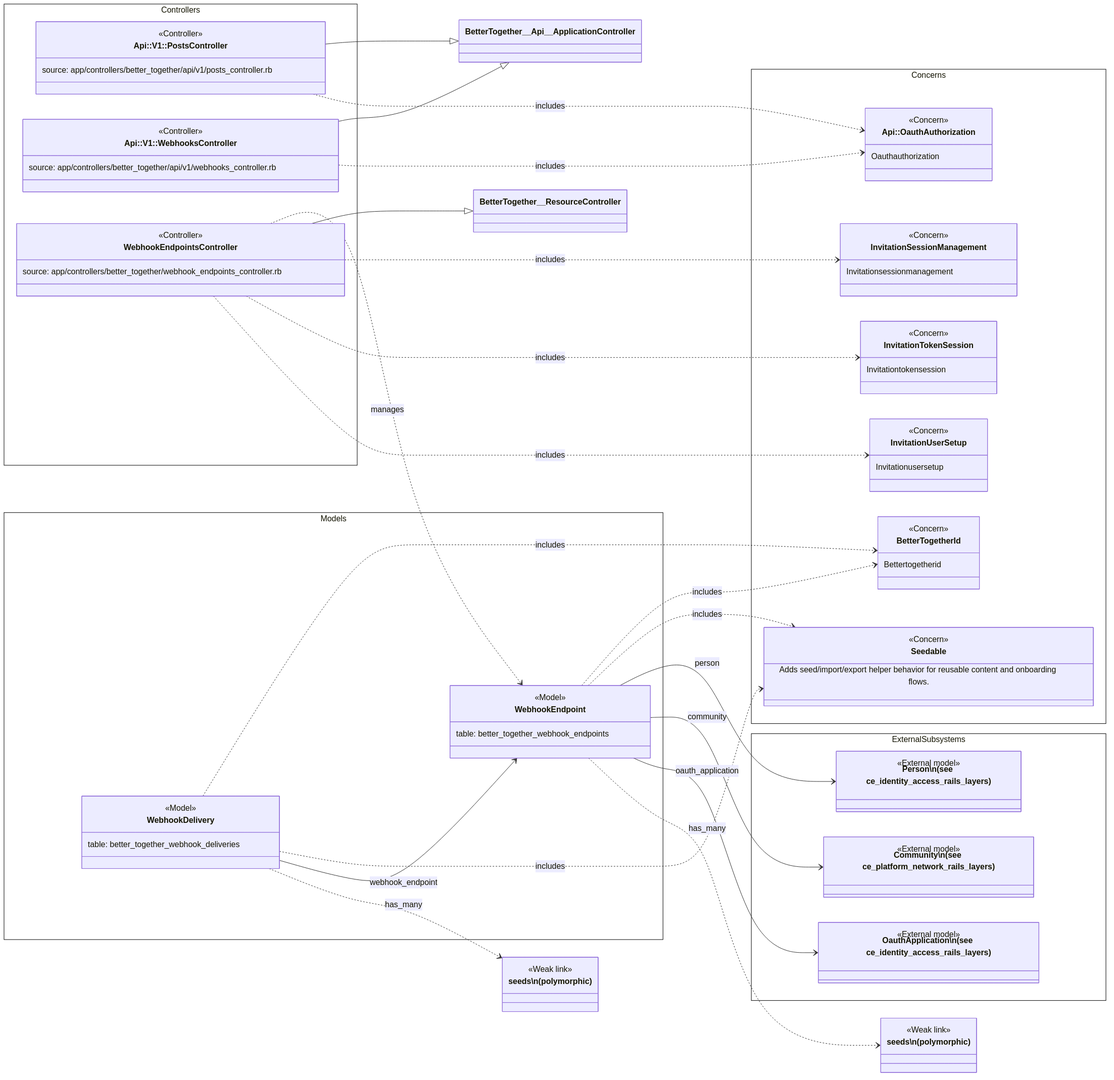
This is docs/diagrams/exports/png/ce_integrations_webhooks_rails_layers.png from better-together-org/community-engine-rails, a Mermaid export, as it was before one commit. Its source is kept beside it as docs/diagrams/source/ce_integrations_webhooks_rails_layers.mmd. Source of this version:
```mermaid
classDiagram
  direction LR

  namespace Controllers {
    class BetterTogether__Api__V1__PostsController["Api::V1::PostsController"] {
      <<Controller>>
      source: app/controllers/better_together/api/v1/posts_controller.rb
    }
    class BetterTogether__Api__V1__WebhooksController["Api::V1::WebhooksController"] {
      <<Controller>>
      source: app/controllers/better_together/api/v1/webhooks_controller.rb
    }
    class BetterTogether__WebhookEndpointsController["WebhookEndpointsController"] {
      <<Controller>>
      source: app/controllers/better_together/webhook_endpoints_controller.rb
    }
  }

  namespace Models {
    class BetterTogether__WebhookDelivery["WebhookDelivery"] {
      <<Model>>
      table: better_together_webhook_deliveries
    }
    class BetterTogether__WebhookEndpoint["WebhookEndpoint"] {
      <<Model>>
      table: better_together_webhook_endpoints
    }
  }

  namespace Concerns {
    class BetterTogether__Api__OauthAuthorization["Api::OauthAuthorization"] {
      <<Concern>>
      Oauthauthorization
    }
    class BetterTogether__BetterTogetherId["BetterTogetherId"] {
      <<Concern>>
      Bettertogetherid
    }
    class BetterTogether__InvitationSessionManagement["InvitationSessionManagement"] {
      <<Concern>>
      Invitationsessionmanagement
    }
    class BetterTogether__InvitationTokenSession["InvitationTokenSession"] {
      <<Concern>>
      Invitationtokensession
    }
    class BetterTogether__InvitationUserSetup["InvitationUserSetup"] {
      <<Concern>>
      Invitationusersetup
    }
    class BetterTogether__Seedable["Seedable"] {
      <<Concern>>
      Adds seed/import/export helper behavior for reusable content and onboarding flows.
    }
  }

  namespace ExternalSubsystems {
    class BetterTogether__Person["Person\n(see ce_identity_access_rails_layers)"] {
      <<External model>>
    }
    class BetterTogether__Community["Community\n(see ce_platform_network_rails_layers)"] {
      <<External model>>
    }
    class BetterTogether__OauthApplication["OauthApplication\n(see ce_identity_access_rails_layers)"] {
      <<External model>>
    }
  }

  BetterTogether__Api__V1__PostsController --|> BetterTogether__Api__ApplicationController
  BetterTogether__Api__V1__PostsController ..> BetterTogether__Api__OauthAuthorization : includes
  BetterTogether__Api__V1__WebhooksController --|> BetterTogether__Api__ApplicationController
  BetterTogether__Api__V1__WebhooksController ..> BetterTogether__Api__OauthAuthorization : includes
  BetterTogether__WebhookEndpointsController ..> BetterTogether__WebhookEndpoint : manages
  BetterTogether__WebhookEndpointsController --|> BetterTogether__ResourceController
  BetterTogether__WebhookEndpointsController ..> BetterTogether__InvitationSessionManagement : includes
  BetterTogether__WebhookEndpointsController ..> BetterTogether__InvitationTokenSession : includes
  BetterTogether__WebhookEndpointsController ..> BetterTogether__InvitationUserSetup : includes
  BetterTogether__WebhookDelivery ..> BetterTogether__BetterTogetherId : includes
  BetterTogether__WebhookDelivery ..> BetterTogether__Seedable : includes
  BetterTogether__WebhookDelivery --> BetterTogether__WebhookEndpoint : webhook_endpoint
  class Poly_BetterTogether__WebhookDelivery_seeds["seeds\n(polymorphic)"] {
    <<Weak link>>
  }
  BetterTogether__WebhookDelivery ..> Poly_BetterTogether__WebhookDelivery_seeds : has_many
  BetterTogether__WebhookEndpoint ..> BetterTogether__BetterTogetherId : includes
  BetterTogether__WebhookEndpoint ..> BetterTogether__Seedable : includes
  BetterTogether__WebhookEndpoint --> BetterTogether__Person : person
  BetterTogether__WebhookEndpoint --> BetterTogether__Community : community
  BetterTogether__WebhookEndpoint --> BetterTogether__OauthApplication : oauth_application
  class Poly_BetterTogether__WebhookEndpoint_seeds["seeds\n(polymorphic)"] {
    <<Weak link>>
  }
  BetterTogether__WebhookEndpoint ..> Poly_BetterTogether__WebhookEndpoint_seeds : has_many
```
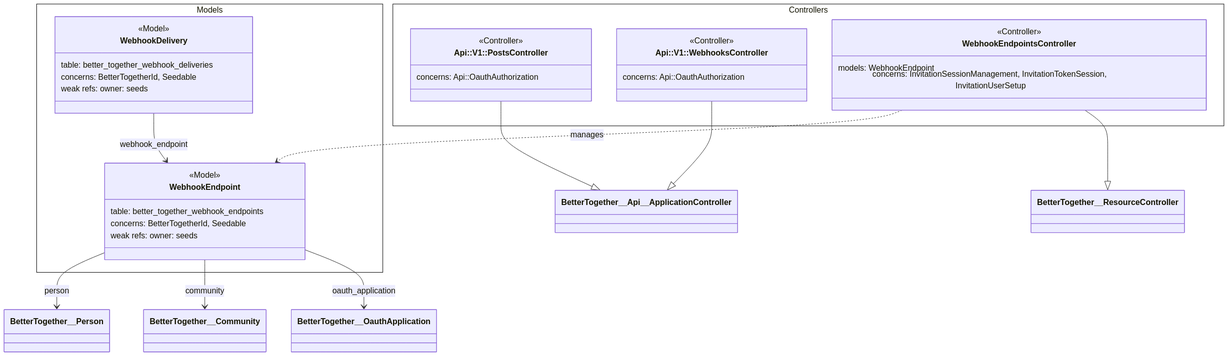
After the change.

What changed in the source:
```diff
@@ -1,18 +1,19 @@
 classDiagram
-  direction LR
+  direction TB
 
   namespace Controllers {
     class BetterTogether__Api__V1__PostsController["Api::V1::PostsController"] {
       <<Controller>>
-      source: app/controllers/better_together/api/v1/posts_controller.rb
+      concerns: Api::OauthAuthorization
     }
     class BetterTogether__Api__V1__WebhooksController["Api::V1::WebhooksController"] {
       <<Controller>>
-      source: app/controllers/better_together/api/v1/webhooks_controller.rb
+      concerns: Api::OauthAuthorization
     }
     class BetterTogether__WebhookEndpointsController["WebhookEndpointsController"] {
       <<Controller>>
-      source: app/controllers/better_together/webhook_endpoints_controller.rb
+      models: WebhookEndpoint
+      concerns: InvitationSessionManagement, InvitationTokenSession, InvitationUserSetup
     }
   }
 
@@ -20,74 +21,22 @@
     class BetterTogether__WebhookDelivery["WebhookDelivery"] {
       <<Model>>
       table: better_together_webhook_deliveries
+      concerns: BetterTogetherId, Seedable
+      weak refs: owner: seeds
     }
     class BetterTogether__WebhookEndpoint["WebhookEndpoint"] {
       <<Model>>
       table: better_together_webhook_endpoints
-    }
-  }
-
-  namespace Concerns {
-    class BetterTogether__Api__OauthAuthorization["Api::OauthAuthorization"] {
-      <<Concern>>
-      Oauthauthorization
-    }
-    class BetterTogether__BetterTogetherId["BetterTogetherId"] {
-      <<Concern>>
-      Bettertogetherid
-    }
-    class BetterTogether__InvitationSessionManagement["InvitationSessionManagement"] {
-      <<Concern>>
-      Invitationsessionmanagement
-    }
-    class BetterTogether__InvitationTokenSession["InvitationTokenSession"] {
-      <<Concern>>
-      Invitationtokensession
-    }
-    class BetterTogether__InvitationUserSetup["InvitationUserSetup"] {
-      <<Concern>>
-      Invitationusersetup
-    }
-    class BetterTogether__Seedable["Seedable"] {
-      <<Concern>>
-      Adds seed/import/export helper behavior for reusable content and onboarding flows.
-    }
-  }
-
-  namespace ExternalSubsystems {
-    class BetterTogether__Person["Person\n(see ce_identity_access_rails_layers)"] {
-      <<External model>>
-    }
-    class BetterTogether__Community["Community\n(see ce_platform_network_rails_layers)"] {
-      <<External model>>
-    }
-    class BetterTogether__OauthApplication["OauthApplication\n(see ce_identity_access_rails_layers)"] {
-      <<External model>>
+      concerns: BetterTogetherId, Seedable
+      weak refs: owner: seeds
     }
   }
 
   BetterTogether__Api__V1__PostsController --|> BetterTogether__Api__ApplicationController
-  BetterTogether__Api__V1__PostsController ..> BetterTogether__Api__OauthAuthorization : includes
   BetterTogether__Api__V1__WebhooksController --|> BetterTogether__Api__ApplicationController
-  BetterTogether__Api__V1__WebhooksController ..> BetterTogether__Api__OauthAuthorization : includes
   BetterTogether__WebhookEndpointsController ..> BetterTogether__WebhookEndpoint : manages
   BetterTogether__WebhookEndpointsController --|> BetterTogether__ResourceController
-  BetterTogether__WebhookEndpointsController ..> BetterTogether__InvitationSessionManagement : includes
-  BetterTogether__WebhookEndpointsController ..> BetterTogether__InvitationTokenSession : includes
-  BetterTogether__WebhookEndpointsController ..> BetterTogether__InvitationUserSetup : includes
-  BetterTogether__WebhookDelivery ..> BetterTogether__BetterTogetherId : includes
-  BetterTogether__WebhookDelivery ..> BetterTogether__Seedable : includes
   BetterTogether__WebhookDelivery --> BetterTogether__WebhookEndpoint : webhook_endpoint
-  class Poly_BetterTogether__WebhookDelivery_seeds["seeds\n(polymorphic)"] {
-    <<Weak link>>
-  }
-  BetterTogether__WebhookDelivery ..> Poly_BetterTogether__WebhookDelivery_seeds : has_many
-  BetterTogether__WebhookEndpoint ..> BetterTogether__BetterTogetherId : includes
-  BetterTogether__WebhookEndpoint ..> BetterTogether__Seedable : includes
   BetterTogether__WebhookEndpoint --> BetterTogether__Person : person
   BetterTogether__WebhookEndpoint --> BetterTogether__Community : community
   BetterTogether__WebhookEndpoint --> BetterTogether__OauthApplication : oauth_application
-  class Poly_BetterTogether__WebhookEndpoint_seeds["seeds\n(polymorphic)"] {
-    <<Weak link>>
-  }
-  BetterTogether__WebhookEndpoint ..> Poly_BetterTogether__WebhookEndpoint_seeds : has_many
```
